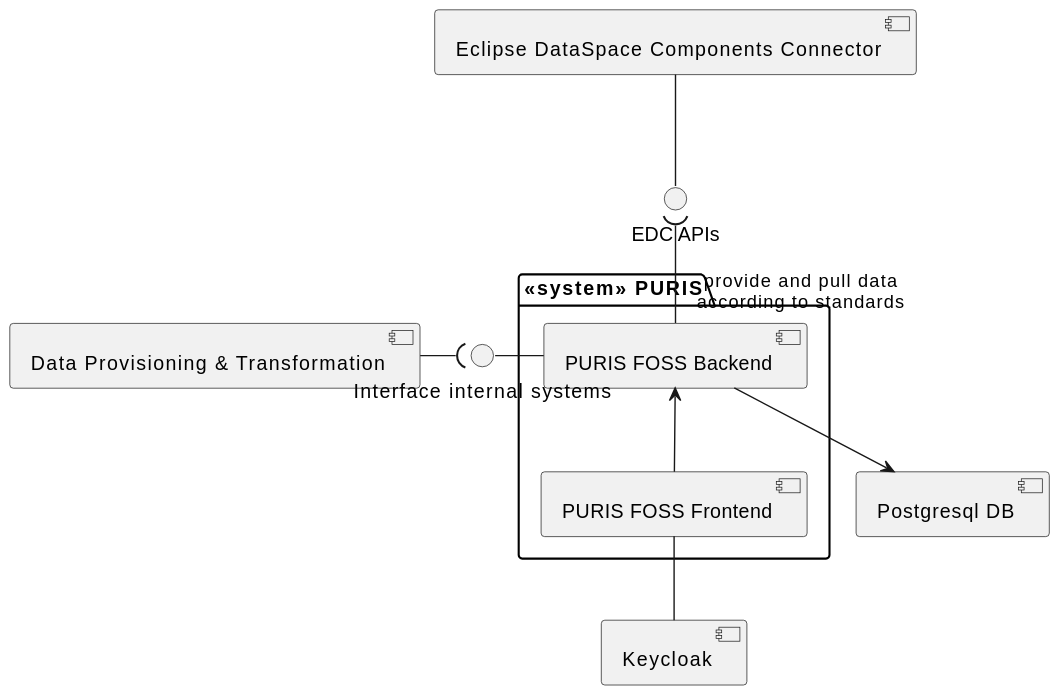
Before: docs/architecture/img/05-level-0.svg, a diagram exported from PlantUML (eclipse-tractusx/puris). The source it was exported from:
```plantuml
@startuml
[Data Provisioning & Transformation] as data_prov
[Eclipse DataSpace Components Connector] as edc
[Postgresql DB] as postgres
[Keycloak] as idp

data_prov -( "Interface internal systems"
edc -- "EDC APIs"

package "<<system>> PURIS"{

  [PURIS FOSS Backend] as puris_backend
  [PURIS FOSS Frontend] as puris_frontend

  "EDC APIs" )-- "provide and pull data\naccording to standards" puris_backend
  "Interface internal systems" - puris_backend
  puris_backend <-- puris_frontend
  puris_frontend -- idp
  puris_backend --> postgres

}
@enduml
```
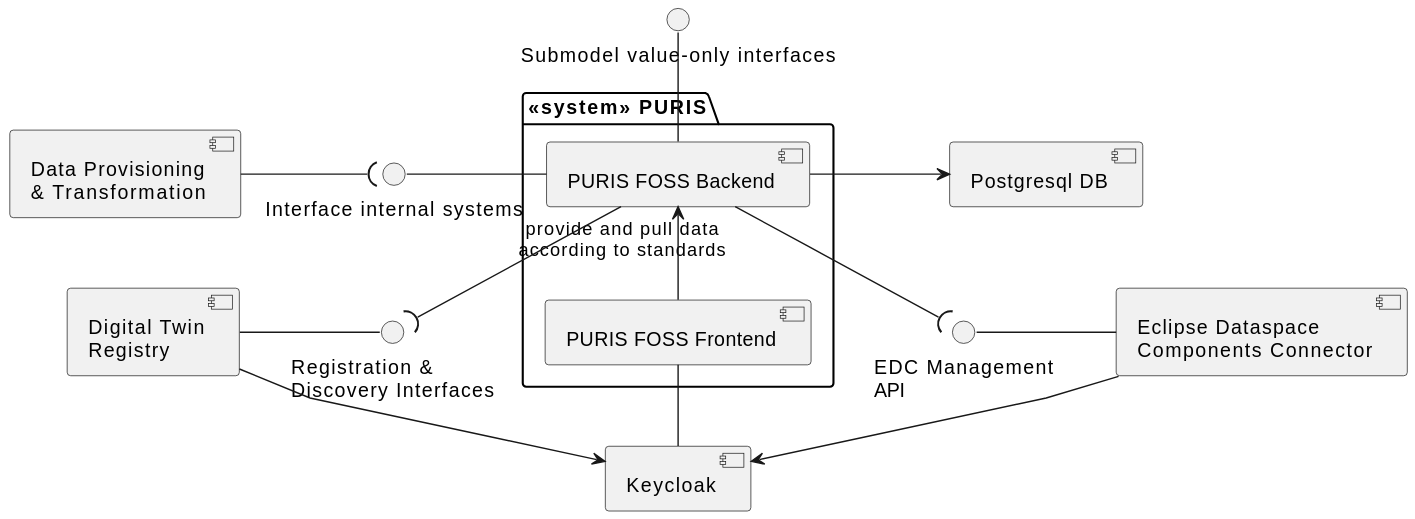
The same file after the commit.

Commit message:
docs(architecture/05): updated images and smaller fixes

What changed in the source:
```diff
@@ -1,22 +1,32 @@
 @startuml
-[Data Provisioning & Transformation] as data_prov
-[Eclipse DataSpace Components Connector] as edc
+skinparam linetype polyline
+skinparam nodesep 100
+skinparam ranksep 50
+[Data Provisioning\n& Transformation] as data_prov
+[Eclipse Dataspace\nComponents Connector] as edc
 [Postgresql DB] as postgres
 [Keycloak] as idp
+[Digital Twin\nRegistry] as dtr
 
 data_prov -( "Interface internal systems"
-edc -- "EDC APIs"
+"EDC Management\nAPI" - edc
+dtr - "Registration &\nDiscovery Interfaces"
 
 package "<<system>> PURIS"{
 
   [PURIS FOSS Backend] as puris_backend
   [PURIS FOSS Frontend] as puris_frontend
 
-  "EDC APIs" )-- "provide and pull data\naccording to standards" puris_backend
+  puris_backend "provide and pull data\naccording to standards" --( "EDC Management\nAPI"
   "Interface internal systems" - puris_backend
   puris_backend <-- puris_frontend
   puris_frontend -- idp
-  puris_backend --> postgres
+  puris_backend -> postgres
 
+  puris_backend --( "Registration &\nDiscovery Interfaces"
 }
+
+"Submodel value-only interfaces" -- puris_backend
+dtr --> idp
+edc --> idp
 @enduml
```
